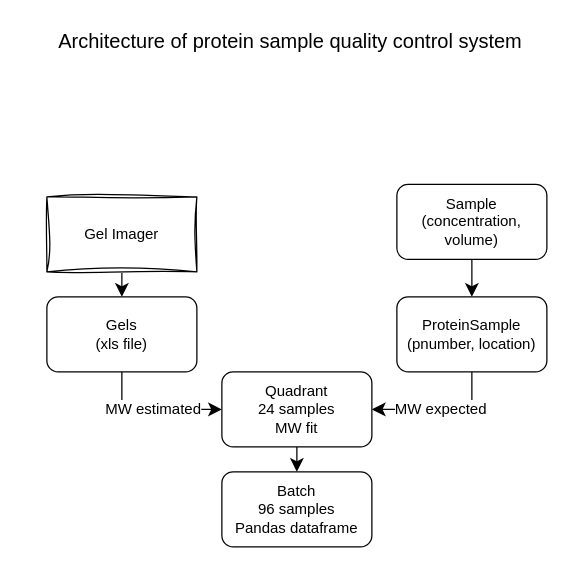
Earlier version of the draw.io diagram Untitled Diagram.drawio (edgarslakis/molweight-qc). Source tidied: cells renumbered, new cells numbered last; positions are measured from the earlier drawing's top-left corner, leaving out a move shared by most shapes. Both pictures are drawn from the tidied source at 125%, with x=0, y=0 at pixel (21, 21).
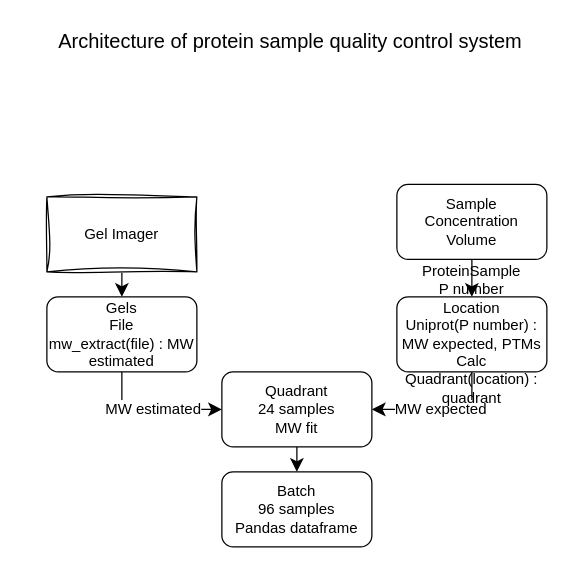
Above is the later version.

Diff of the diagram source:
```diff
@@
 <mxGraphModel>
   <root>
     <mxCell id="0" />
     <mxCell id="1" parent="0" />
     <mxCell id="2" style="edgeStyle=none;curved=1;rounded=0;jettySize=auto;html=1;exitX=0.5;exitY=1;exitDx=0;exitDy=0;entryX=0.5;entryY=0;entryDx=0;entryDy=0;fontSize=12;startSize=8;endSize=8;" parent="1" edge="1" source="3" target="5">
       <mxGeometry relative="1" as="geometry" />
     </mxCell>
-    <mxCell id="3" value="Sample&lt;br&gt;(concentration, volume)" style="rounded=1;whiteSpace=wrap;html=1;" parent="1" vertex="1">
+    <mxCell id="3" value="Sample&lt;br&gt;Concentration Volume" style="rounded=1;whiteSpace=wrap;html=1;" parent="1" vertex="1">
       <mxGeometry x="300" y="130" width="120" height="60" as="geometry" />
     </mxCell>
     <mxCell id="4" value="MW expected" style="edgeStyle=orthogonalEdgeStyle;rounded=0;jettySize=auto;html=1;exitX=0.5;exitY=1;exitDx=0;exitDy=0;entryX=1;entryY=0.5;entryDx=0;entryDy=0;fontSize=12;startSize=8;endSize=8;" parent="1" edge="1" source="5" target="9">
       <mxGeometry relative="1" as="geometry" />
     </mxCell>
-    <mxCell id="5" value="ProteinSample&lt;br&gt;(pnumber, location)" style="rounded=1;whiteSpace=wrap;html=1;" parent="1" vertex="1">
+    <mxCell id="5" value="ProteinSample&lt;br&gt;P number&lt;br&gt;Location&lt;br&gt;Uniprot(P number) : MW expected, PTMs&lt;br&gt;Calc Quadrant(location) : quadrant" style="rounded=1;whiteSpace=wrap;html=1;" parent="1" vertex="1">
       <mxGeometry x="300" y="220" width="120" height="60" as="geometry" />
     </mxCell>
     <mxCell id="6" value="MW estimated" style="edgeStyle=orthogonalEdgeStyle;rounded=0;jettySize=auto;html=1;fontSize=12;startSize=8;endSize=8;entryX=0;entryY=0.5;entryDx=0;entryDy=0;exitX=0.5;exitY=1;exitDx=0;exitDy=0;" parent="1" edge="1" source="7" target="9">
       <mxGeometry relative="1" as="geometry" />
     </mxCell>
-    <mxCell id="7" value="Gels&lt;br&gt;(xls file)" style="rounded=1;whiteSpace=wrap;html=1;" parent="1" vertex="1">
+    <mxCell id="7" value="Gels&lt;br&gt;File&lt;br&gt;mw_extract(file) : MW estimated" style="rounded=1;whiteSpace=wrap;html=1;" parent="1" vertex="1">
       <mxGeometry x="20" y="220" width="120" height="60" as="geometry" />
     </mxCell>
     <mxCell id="8" style="edgeStyle=none;curved=1;rounded=0;jettySize=auto;html=1;exitX=0.5;exitY=1;exitDx=0;exitDy=0;fontSize=12;startSize=8;endSize=8;" parent="1" edge="1" source="9" target="10">
       <mxGeometry relative="1" as="geometry" />
     </mxCell>
     <mxCell id="9" value="Quadrant&lt;br&gt;24 samples&lt;br&gt;MW fit" style="rounded=1;whiteSpace=wrap;html=1;" parent="1" vertex="1">
       <mxGeometry x="160" y="280" width="120" height="60" as="geometry" />
     </mxCell>
     <mxCell id="10" value="Batch&lt;br&gt;96 samples&lt;br&gt;Pandas dataframe" style="rounded=1;whiteSpace=wrap;html=1;" parent="1" vertex="1">
       <mxGeometry x="160" y="360" width="120" height="60" as="geometry" />
     </mxCell>
     <mxCell id="11" value="Architecture of protein sample quality control system" style="text;strokeColor=none;fillColor=none;html=1;align=center;verticalAlign=middle;whiteSpace=wrap;rounded=0;fontSize=16;" parent="1" vertex="1">
       <mxGeometry width="430" height="30" as="geometry" />
     </mxCell>
     <mxCell id="12" style="edgeStyle=none;curved=1;rounded=0;jettySize=auto;html=1;exitX=0.5;exitY=1;exitDx=0;exitDy=0;entryX=0.5;entryY=0;entryDx=0;entryDy=0;fontSize=12;startSize=8;endSize=8;" parent="1" edge="1" source="13" target="7">
       <mxGeometry relative="1" as="geometry" />
     </mxCell>
     <mxCell id="13" value="Gel Imager" style="rounded=0;whiteSpace=wrap;html=1;glass=0;sketch=1;curveFitting=1;jiggle=2;" parent="1" vertex="1">
       <mxGeometry x="20" y="140" width="120" height="60" as="geometry" />
     </mxCell>
   </root>
 </mxGraphModel>
```
